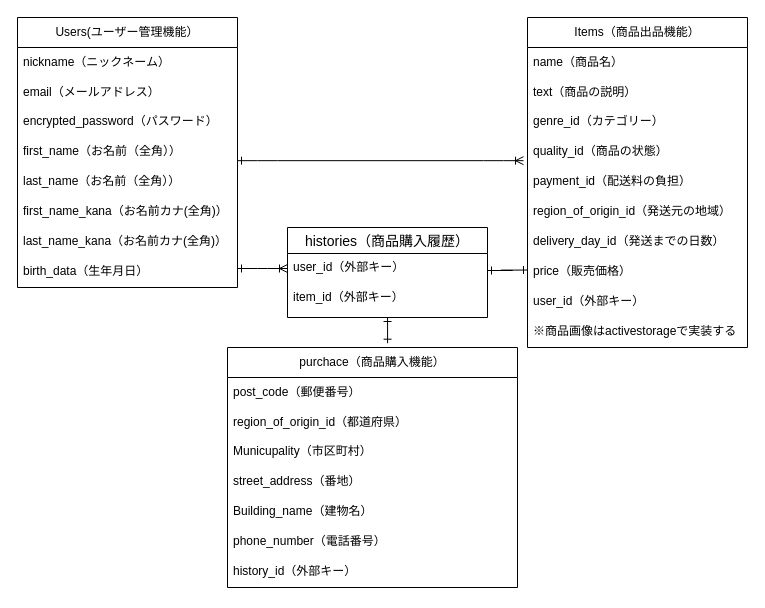
Above: test.dio in harunanon/furima-40915 (draw.io), before the change. Source tidied: cells renumbered, new cells numbered last; positions are measured from the earlier drawing's top-left corner, leaving out a move shared by most shapes. Both pictures are drawn from the tidied source at 100%, with x=0, y=0 at pixel (17, 17).
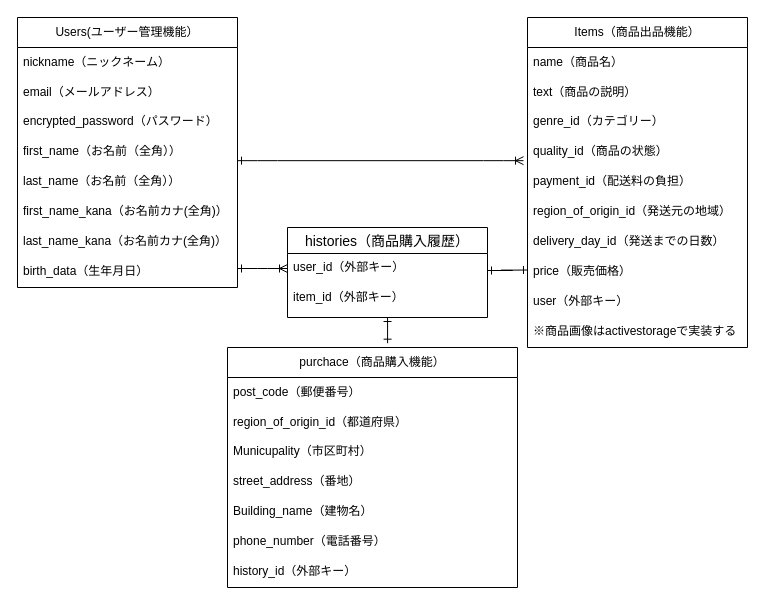
The same page after the edit.

The change refers to these unchanged cells:
```xml
<mxCell id="11" value="Items（商品出品機能）" style="swimlane;fontStyle=0;horizontal=1;startSize=30;whiteSpace=wrap;html=1;" parent="1" vertex="1">
  <mxGeometry x="510" width="220" height="330" as="geometry" />
</mxCell>
```

The edit, as a diff of the source:
```diff
@@
-    <mxCell id="20" value="user_id（外部キー）" style="text;strokeColor=none;fillColor=none;spacingLeft=4;spacingRight=4;overflow=hidden;fontSize=12;" parent="11" vertex="1">
+    <mxCell id="20" value="user（外部キー）" style="text;strokeColor=none;fillColor=none;spacingLeft=4;spacingRight=4;overflow=hidden;fontSize=12;" parent="11" vertex="1">
       <mxGeometry y="270" width="220" height="30" as="geometry" />
     </mxCell>
```
